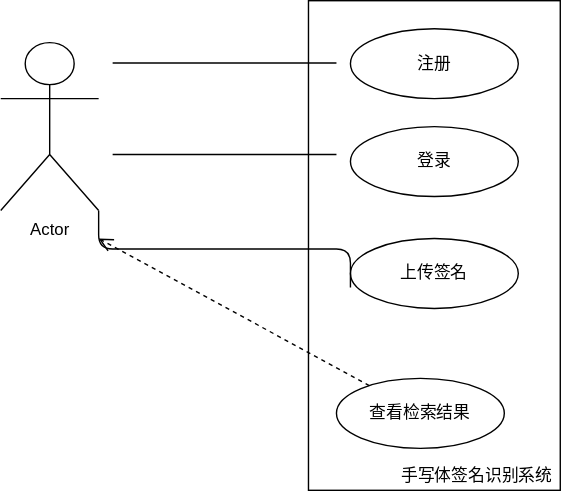
The draw.io diagram practise.drawio.svg in yunanzong/SSE_Lab1, before a commit. Source tidied: cells renumbered, new cells last; positions are measured from the earlier drawing's top-left corner, leaving out a move shared by most shapes. Source of this version:
```xml
<mxGraphModel>
  <root>
    <mxCell id="0" />
    <mxCell id="1" parent="0" />
    <mxCell id="2" value="Actor" style="shape=umlActor;verticalLabelPosition=bottom;verticalAlign=top;html=1;" parent="1" vertex="1">
      <mxGeometry y="30" width="70" height="120" as="geometry" />
    </mxCell>
    <mxCell id="3" style="html=1;" parent="1" vertex="1">
      <mxGeometry x="220" width="180" height="350" as="geometry" />
    </mxCell>
    <mxCell id="4" value="注册" style="ellipse;whiteSpace=wrap;html=1;" parent="1" vertex="1">
      <mxGeometry x="250" y="20" width="120" height="50" as="geometry" />
    </mxCell>
    <mxCell id="5" value="登录" style="ellipse;whiteSpace=wrap;html=1;" parent="1" vertex="1">
      <mxGeometry x="250" y="90" width="120" height="50" as="geometry" />
    </mxCell>
    <mxCell id="6" value="上传签名" style="ellipse;whiteSpace=wrap;html=1;" parent="1" vertex="1">
      <mxGeometry x="250" y="170" width="120" height="50" as="geometry" />
    </mxCell>
    <mxCell id="7" value="查看检索结果" style="ellipse;whiteSpace=wrap;html=1;" parent="1" vertex="1">
      <mxGeometry x="240" y="270" width="120" height="50" as="geometry" />
    </mxCell>
    <mxCell id="8" style="endArrow=none;html=1;edgeStyle=orthogonalEdgeStyle;" parent="1" edge="1">
      <mxGeometry relative="1" as="geometry">
        <mxPoint x="80" y="44.5" as="sourcePoint" />
        <mxPoint x="240" y="44.5" as="targetPoint" />
      </mxGeometry>
    </mxCell>
    <mxCell id="9" style="endArrow=none;html=1;edgeStyle=orthogonalEdgeStyle;" parent="1" edge="1">
      <mxGeometry relative="1" as="geometry">
        <mxPoint x="80" y="110" as="sourcePoint" />
        <mxPoint x="240" y="110" as="targetPoint" />
      </mxGeometry>
    </mxCell>
    <mxCell id="10" style="endArrow=none;html=1;edgeStyle=orthogonalEdgeStyle;entryX=0;entryY=0.5;entryDx=0;entryDy=0;exitX=1;exitY=1;exitDx=0;exitDy=0;exitPerimeter=0;" parent="1" edge="1" source="2">
      <mxGeometry relative="1" as="geometry">
        <mxPoint x="250" y="205" as="targetPoint" />
      </mxGeometry>
    </mxCell>
    <mxCell id="11" style="html=1;verticalAlign=bottom;endArrow=open;dashed=1;endSize=8;" parent="1" edge="1" source="7">
      <mxGeometry relative="1" as="geometry">
        <mxPoint x="70" y="170" as="targetPoint" />
      </mxGeometry>
    </mxCell>
    <mxCell id="12" value="手写体签名识别系统" style="text;html=1;align=center;verticalAlign=middle;" parent="1" vertex="1">
      <mxGeometry x="280" y="330" width="120" height="20" as="geometry" />
    </mxCell>
  </root>
</mxGraphModel>
```
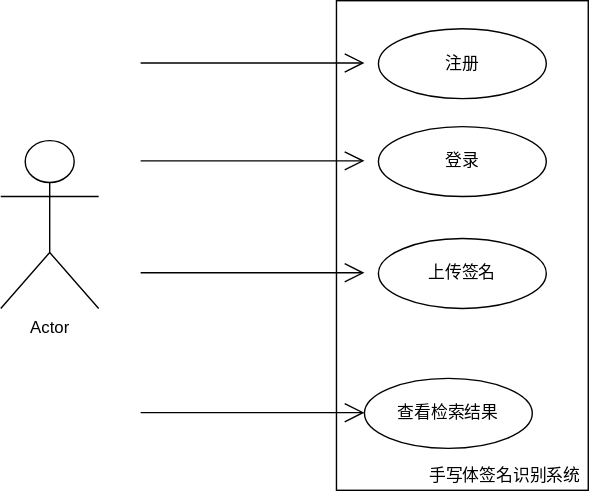
After the change.

Change to the diagram source:
```diff
@@ -3,7 +3,7 @@
     <mxCell id="0" />
     <mxCell id="1" parent="0" />
     <mxCell id="2" value="Actor" style="shape=umlActor;verticalLabelPosition=bottom;verticalAlign=top;html=1;" parent="1" vertex="1">
-      <mxGeometry y="30" width="70" height="120" as="geometry" />
+      <mxGeometry x="-20" y="100" width="70" height="120" as="geometry" />
     </mxCell>
     <mxCell id="3" style="html=1;" parent="1" vertex="1">
       <mxGeometry x="220" width="180" height="350" as="geometry" />
@@ -20,30 +20,32 @@
     <mxCell id="7" value="查看检索结果" style="ellipse;whiteSpace=wrap;html=1;" parent="1" vertex="1">
       <mxGeometry x="240" y="270" width="120" height="50" as="geometry" />
     </mxCell>
-    <mxCell id="8" style="endArrow=none;html=1;edgeStyle=orthogonalEdgeStyle;" parent="1" edge="1">
-      <mxGeometry relative="1" as="geometry">
-        <mxPoint x="80" y="44.5" as="sourcePoint" />
-        <mxPoint x="240" y="44.5" as="targetPoint" />
-      </mxGeometry>
-    </mxCell>
-    <mxCell id="9" style="endArrow=none;html=1;edgeStyle=orthogonalEdgeStyle;" parent="1" edge="1">
-      <mxGeometry relative="1" as="geometry">
-        <mxPoint x="80" y="110" as="sourcePoint" />
-        <mxPoint x="240" y="110" as="targetPoint" />
-      </mxGeometry>
-    </mxCell>
-    <mxCell id="10" style="endArrow=none;html=1;edgeStyle=orthogonalEdgeStyle;entryX=0;entryY=0.5;entryDx=0;entryDy=0;exitX=1;exitY=1;exitDx=0;exitDy=0;exitPerimeter=0;" parent="1" edge="1" source="2">
-      <mxGeometry relative="1" as="geometry">
-        <mxPoint x="250" y="205" as="targetPoint" />
-      </mxGeometry>
-    </mxCell>
-    <mxCell id="11" style="html=1;verticalAlign=bottom;endArrow=open;dashed=1;endSize=8;" parent="1" edge="1" source="7">
-      <mxGeometry relative="1" as="geometry">
-        <mxPoint x="70" y="170" as="targetPoint" />
-      </mxGeometry>
-    </mxCell>
     <mxCell id="12" value="手写体签名识别系统" style="text;html=1;align=center;verticalAlign=middle;" parent="1" vertex="1">
       <mxGeometry x="280" y="330" width="120" height="20" as="geometry" />
     </mxCell>
+    <mxCell id="13" style="endArrow=open;endFill=1;endSize=12;html=1;" parent="1" edge="1">
+      <mxGeometry relative="1" as="geometry">
+        <mxPoint x="80" y="44.5" as="sourcePoint" />
+        <mxPoint x="240" y="44.5" as="targetPoint" />
+      </mxGeometry>
+    </mxCell>
+    <mxCell id="14" style="endArrow=open;endFill=1;endSize=12;html=1;" parent="1" edge="1">
+      <mxGeometry relative="1" as="geometry">
+        <mxPoint x="80" y="114.5" as="sourcePoint" />
+        <mxPoint x="240" y="114.5" as="targetPoint" />
+      </mxGeometry>
+    </mxCell>
+    <mxCell id="15" style="endArrow=open;endFill=1;endSize=12;html=1;" parent="1" edge="1">
+      <mxGeometry relative="1" as="geometry">
+        <mxPoint x="80" y="194.5" as="sourcePoint" />
+        <mxPoint x="240" y="194.5" as="targetPoint" />
+      </mxGeometry>
+    </mxCell>
+    <mxCell id="16" style="endArrow=open;endFill=1;endSize=12;html=1;" parent="1" edge="1">
+      <mxGeometry relative="1" as="geometry">
+        <mxPoint x="80" y="294.5" as="sourcePoint" />
+        <mxPoint x="240" y="294.5" as="targetPoint" />
+      </mxGeometry>
+    </mxCell>
   </root>
 </mxGraphModel>
```
